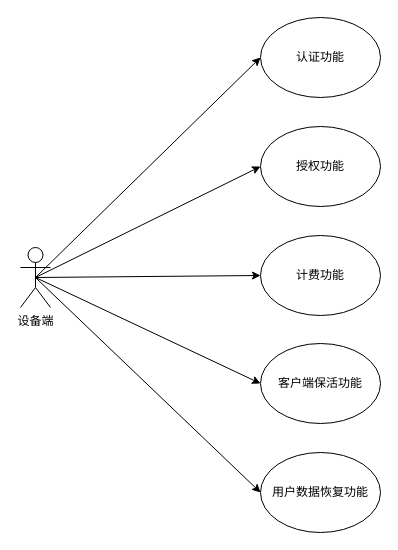
Above: 设备端需求用例图.drawio in PATORITU/PATORITU (draw.io), before the change. Source tidied: cells renumbered, new cells numbered last; positions are measured from the earlier drawing's top-left corner, leaving out a move shared by most shapes. Both pictures are drawn from the tidied source at 100%, with x=0, y=0 at pixel (20, 17).
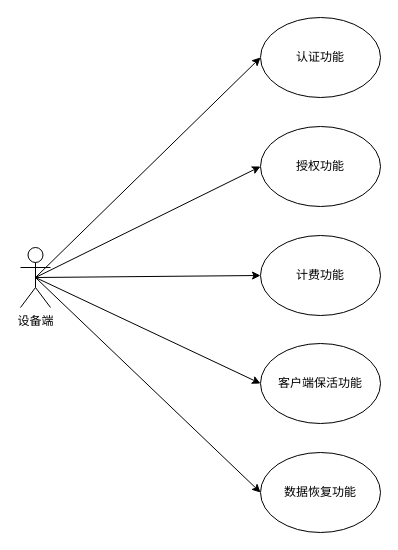
The same page after the edit.

Commit message:
更新设备端需求用例图.drawio

Diff of the diagram source:
```diff
@@
 <mxGraphModel>
   <root>
     <mxCell id="0" />
     <mxCell id="1" parent="0" />
     <mxCell id="2" style="rounded=0;jettySize=auto;html=1;exitX=0.5;exitY=0.5;exitDx=0;exitDy=0;exitPerimeter=0;entryX=0;entryY=0.5;entryDx=0;entryDy=0;" parent="1" edge="1" source="7" target="8">
       <mxGeometry relative="1" as="geometry" />
     </mxCell>
     <mxCell id="3" style="edgeStyle=none;rounded=0;jettySize=auto;html=1;exitX=0.5;exitY=0.5;exitDx=0;exitDy=0;exitPerimeter=0;entryX=0;entryY=0.5;entryDx=0;entryDy=0;" parent="1" edge="1" source="7" target="9">
       <mxGeometry relative="1" as="geometry" />
     </mxCell>
     <mxCell id="4" style="edgeStyle=none;rounded=0;jettySize=auto;html=1;exitX=0.5;exitY=0.5;exitDx=0;exitDy=0;exitPerimeter=0;entryX=0;entryY=0.5;entryDx=0;entryDy=0;" parent="1" edge="1" source="7" target="10">
       <mxGeometry relative="1" as="geometry" />
     </mxCell>
     <mxCell id="5" style="edgeStyle=none;rounded=0;jettySize=auto;html=1;exitX=0.5;exitY=0.5;exitDx=0;exitDy=0;exitPerimeter=0;entryX=0;entryY=0.5;entryDx=0;entryDy=0;" parent="1" edge="1" source="7" target="11">
       <mxGeometry relative="1" as="geometry" />
     </mxCell>
     <mxCell id="6" style="edgeStyle=none;rounded=0;jettySize=auto;html=1;exitX=0.5;exitY=0.5;exitDx=0;exitDy=0;exitPerimeter=0;entryX=0;entryY=0.5;entryDx=0;entryDy=0;" parent="1" edge="1" source="7" target="12">
       <mxGeometry relative="1" as="geometry" />
     </mxCell>
     <mxCell id="7" value="设备端" style="shape=umlActor;verticalLabelPosition=bottom;verticalAlign=top;html=1;outlineConnect=0;" parent="1" vertex="1">
       <mxGeometry y="230" width="30" height="60" as="geometry" />
     </mxCell>
     <mxCell id="8" value="认证功能" style="ellipse;whiteSpace=wrap;html=1;" parent="1" vertex="1">
       <mxGeometry x="240" width="120" height="80" as="geometry" />
     </mxCell>
     <mxCell id="9" value="授权功能" style="ellipse;whiteSpace=wrap;html=1;" parent="1" vertex="1">
       <mxGeometry x="240" y="109" width="120" height="80" as="geometry" />
     </mxCell>
     <mxCell id="10" value="计费功能" style="ellipse;whiteSpace=wrap;html=1;" parent="1" vertex="1">
       <mxGeometry x="240" y="218" width="120" height="80" as="geometry" />
     </mxCell>
     <mxCell id="11" value="客户端保活功能" style="ellipse;whiteSpace=wrap;html=1;" parent="1" vertex="1">
       <mxGeometry x="240" y="326" width="120" height="80" as="geometry" />
     </mxCell>
-    <mxCell id="12" value="用户数据恢复功能" style="ellipse;whiteSpace=wrap;html=1;" parent="1" vertex="1">
+    <mxCell id="12" value="数据恢复功能" style="ellipse;whiteSpace=wrap;html=1;" parent="1" vertex="1">
       <mxGeometry x="240" y="435" width="120" height="80" as="geometry" />
     </mxCell>
   </root>
 </mxGraphModel>
```
